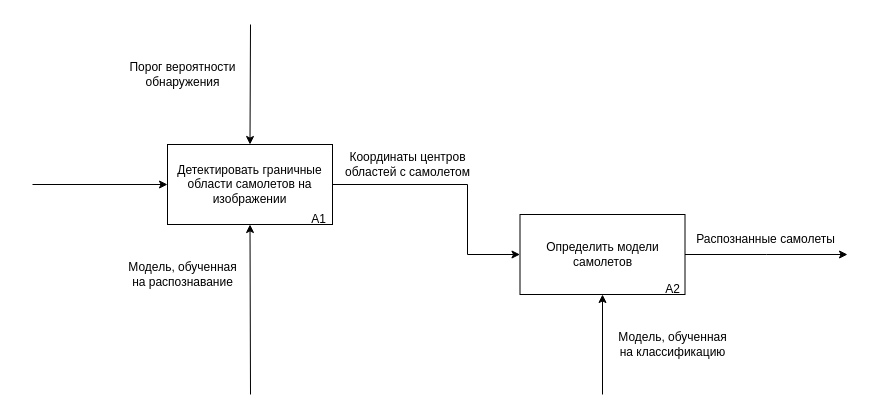
The draw.io diagram page "Page-10" (10 of 10) of report/inc/img/schemes.drawio in maxerMU/bachelor_diploma, before the edit. Source tidied: cells renumbered, new cells numbered last; positions are measured from the earlier drawing's top-left corner, leaving out a move shared by most shapes. Both pictures are drawn from the tidied source at 100%, with x=0, y=0 at pixel (32, 24).
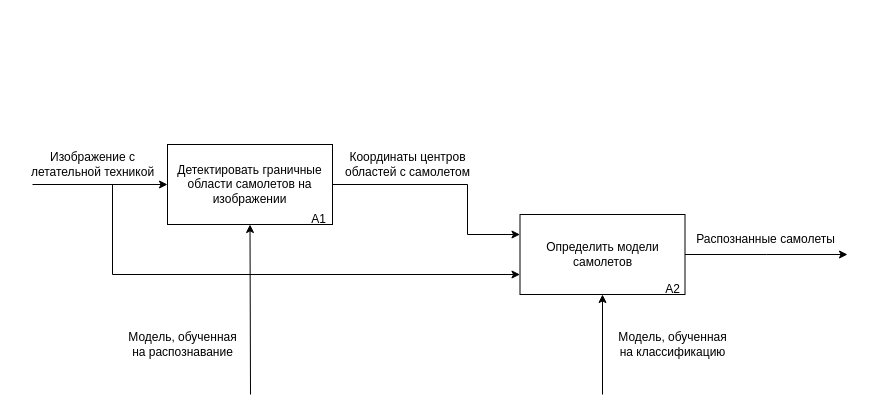
After the change.

The change refers to these unchanged cells:
```xml
<mxCell id="3" value="Детектировать граничные области самолетов на изображении" style="rounded=0;whiteSpace=wrap;html=1;" parent="1" vertex="1">
  <mxGeometry x="135" y="120" width="165" height="80" as="geometry" />
</mxCell>
<mxCell id="11" value="Определить модели самолетов" style="rounded=0;whiteSpace=wrap;html=1;" parent="1" vertex="1">
  <mxGeometry x="487.5" y="190" width="165" height="80" as="geometry" />
</mxCell>
```

Diff of the diagram source:
```diff
@@
-    <mxCell id="2" style="edgeStyle=orthogonalEdgeStyle;rounded=0;jettySize=auto;html=1;exitX=1;exitY=0.5;exitDx=0;exitDy=0;entryX=0;entryY=0.5;entryDx=0;entryDy=0;" parent="1" edge="1" source="3" target="11">
+    <mxCell id="2" style="edgeStyle=orthogonalEdgeStyle;rounded=0;jettySize=auto;html=1;exitX=1;exitY=0.5;exitDx=0;exitDy=0;entryX=0;entryY=0.25;entryDx=0;entryDy=0;" parent="1" edge="1" source="3" target="11">
       <mxGeometry relative="1" as="geometry">
         <Array as="points">
           <mxPoint x="435" y="160" />
-          <mxPoint x="435" y="230" />
+          <mxPoint x="435" y="210" />
         </Array>
       </mxGeometry>
     </mxCell>
@@
-    <mxCell id="6" style="endArrow=classic;html=1;rounded=0;entryX=0.5;entryY=0;entryDx=0;entryDy=0;" parent="1" edge="1" target="3">
-      <mxGeometry relative="1" as="geometry">
-        <mxPoint x="218" as="sourcePoint" />
-      </mxGeometry>
-    </mxCell>
@@
     <mxCell id="8" value="Модель, обученная&lt;br style=&quot;border-color: var(--border-color);&quot;&gt;на распознавание" style="text;html=1;align=center;verticalAlign=middle;strokeColor=none;fillColor=none;" parent="1" vertex="1">
-      <mxGeometry x="85" y="230" width="130" height="40" as="geometry" />
+      <mxGeometry x="85" y="300" width="130" height="40" as="geometry" />
     </mxCell>
-    <mxCell id="9" value="Порог вероятности&lt;br style=&quot;border-color: var(--border-color);&quot;&gt;обнаружения" style="text;html=1;align=center;verticalAlign=middle;strokeColor=none;fillColor=none;" parent="1" vertex="1">
-      <mxGeometry x="85" y="30" width="130" height="40" as="geometry" />
-    </mxCell>
@@
+    <mxCell id="17" value="Изображение с &lt;br&gt;летательной техникой" style="text;html=1;align=center;verticalAlign=middle;strokeColor=none;fillColor=none;" parent="1" vertex="1">
+      <mxGeometry x="-15" y="120" width="150" height="40" as="geometry" />
+    </mxCell>
+    <mxCell id="18" style="endArrow=classic;html=1;rounded=0;entryX=0;entryY=0.75;entryDx=0;entryDy=0;edgeStyle=orthogonalEdgeStyle;" parent="1" edge="1" target="11">
+      <mxGeometry relative="1" as="geometry">
+        <mxPoint x="75" y="160" as="sourcePoint" />
+        <Array as="points">
+          <mxPoint x="80" y="250" />
+        </Array>
+      </mxGeometry>
+    </mxCell>
```
